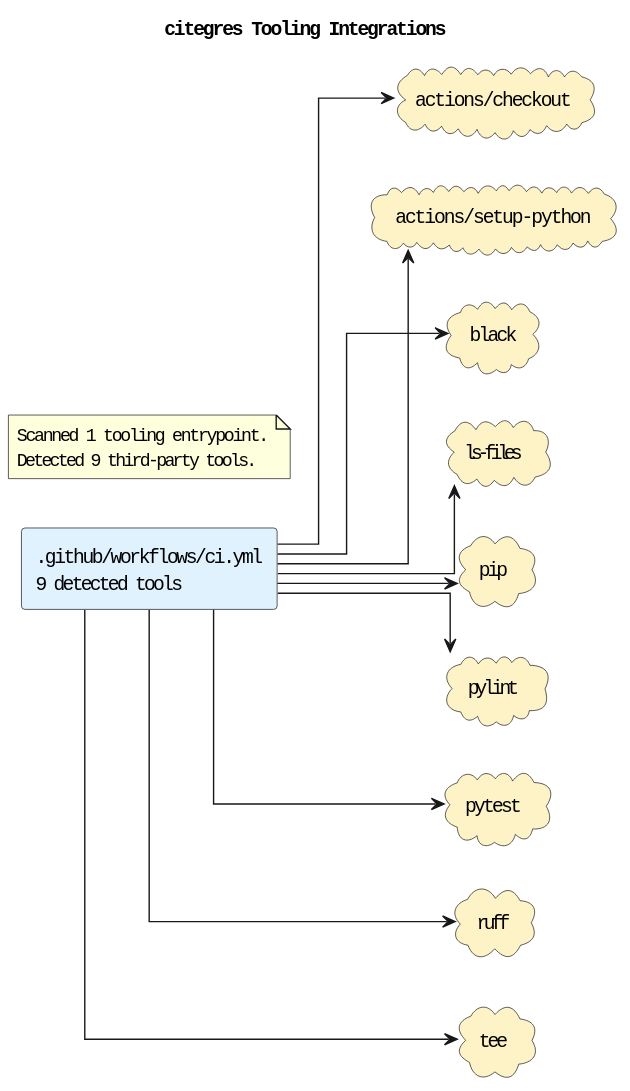
casonk/citegres keeps this PlantUML diagram as docs/diagrams/tooling-integrations.puml.svg. Above is the earlier version. The source it was exported from:
```plantuml
@startuml
title citegres Tooling Integrations
left to right direction
skinparam shadowing false
skinparam defaultFontName Monospace
skinparam componentStyle rectangle
skinparam linetype ortho
rectangle ".github/workflows/ci.yml\n9 detected tools" as source_github_workflows_ci_yml #E0F2FE
cloud "actions/checkout" as tool_actions_checkout #FEF3C7
cloud "actions/setup-python" as tool_actions_setup_python #FEF3C7
cloud "black" as tool_black #FEF3C7
cloud "ls-files" as tool_ls_files #FEF3C7
cloud "pip" as tool_pip #FEF3C7
cloud "pylint" as tool_pylint #FEF3C7
cloud "pytest" as tool_pytest #FEF3C7
cloud "ruff" as tool_ruff #FEF3C7
cloud "tee" as tool_tee #FEF3C7
source_github_workflows_ci_yml --> tool_actions_checkout
source_github_workflows_ci_yml --> tool_actions_setup_python
source_github_workflows_ci_yml --> tool_black
source_github_workflows_ci_yml --> tool_ls_files
source_github_workflows_ci_yml --> tool_pip
source_github_workflows_ci_yml --> tool_pylint
source_github_workflows_ci_yml --> tool_pytest
source_github_workflows_ci_yml --> tool_ruff
source_github_workflows_ci_yml --> tool_tee
note as toolingGraphSummary
Scanned 1 tooling entrypoint.
Detected 9 third-party tools.
end note
@enduml
```
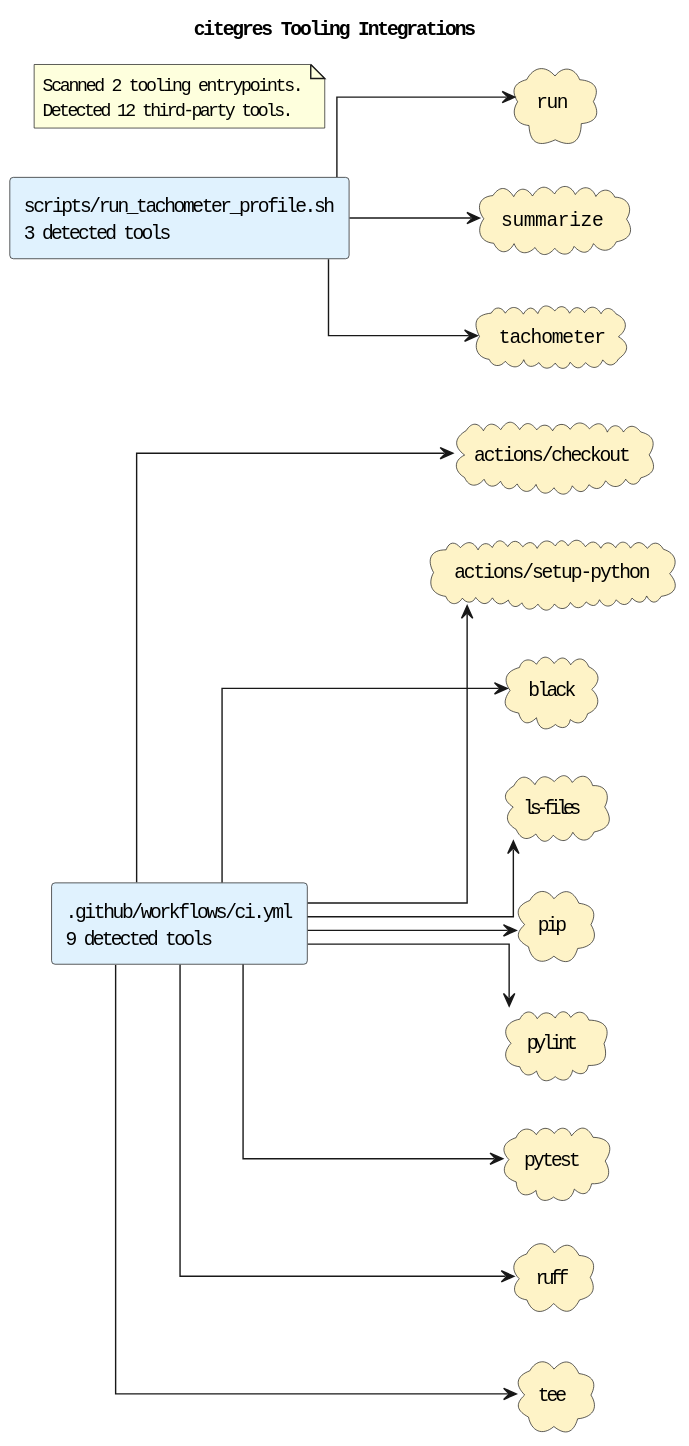
The same file after the commit.

What changed in the source:
```diff
@@ -6,6 +6,7 @@
 skinparam componentStyle rectangle
 skinparam linetype ortho
 rectangle ".github/workflows/ci.yml\n9 detected tools" as source_github_workflows_ci_yml #E0F2FE
+rectangle "scripts/run_tachometer_profile.sh\n3 detected tools" as source_scripts_run_tachometer_profile_sh #E0F2FE
 cloud "actions/checkout" as tool_actions_checkout #FEF3C7
 cloud "actions/setup-python" as tool_actions_setup_python #FEF3C7
 cloud "black" as tool_black #FEF3C7
@@ -14,6 +15,9 @@
 cloud "pylint" as tool_pylint #FEF3C7
 cloud "pytest" as tool_pytest #FEF3C7
 cloud "ruff" as tool_ruff #FEF3C7
+cloud "run" as tool_run #FEF3C7
+cloud "summarize" as tool_summarize #FEF3C7
+cloud "tachometer" as tool_tachometer #FEF3C7
 cloud "tee" as tool_tee #FEF3C7
 source_github_workflows_ci_yml --> tool_actions_checkout
 source_github_workflows_ci_yml --> tool_actions_setup_python
@@ -24,8 +28,11 @@
 source_github_workflows_ci_yml --> tool_pytest
 source_github_workflows_ci_yml --> tool_ruff
 source_github_workflows_ci_yml --> tool_tee
+source_scripts_run_tachometer_profile_sh --> tool_run
+source_scripts_run_tachometer_profile_sh --> tool_summarize
+source_scripts_run_tachometer_profile_sh --> tool_tachometer
 note as toolingGraphSummary
-Scanned 1 tooling entrypoint.
-Detected 9 third-party tools.
+Scanned 2 tooling entrypoints.
+Detected 12 third-party tools.
 end note
 @enduml
```
